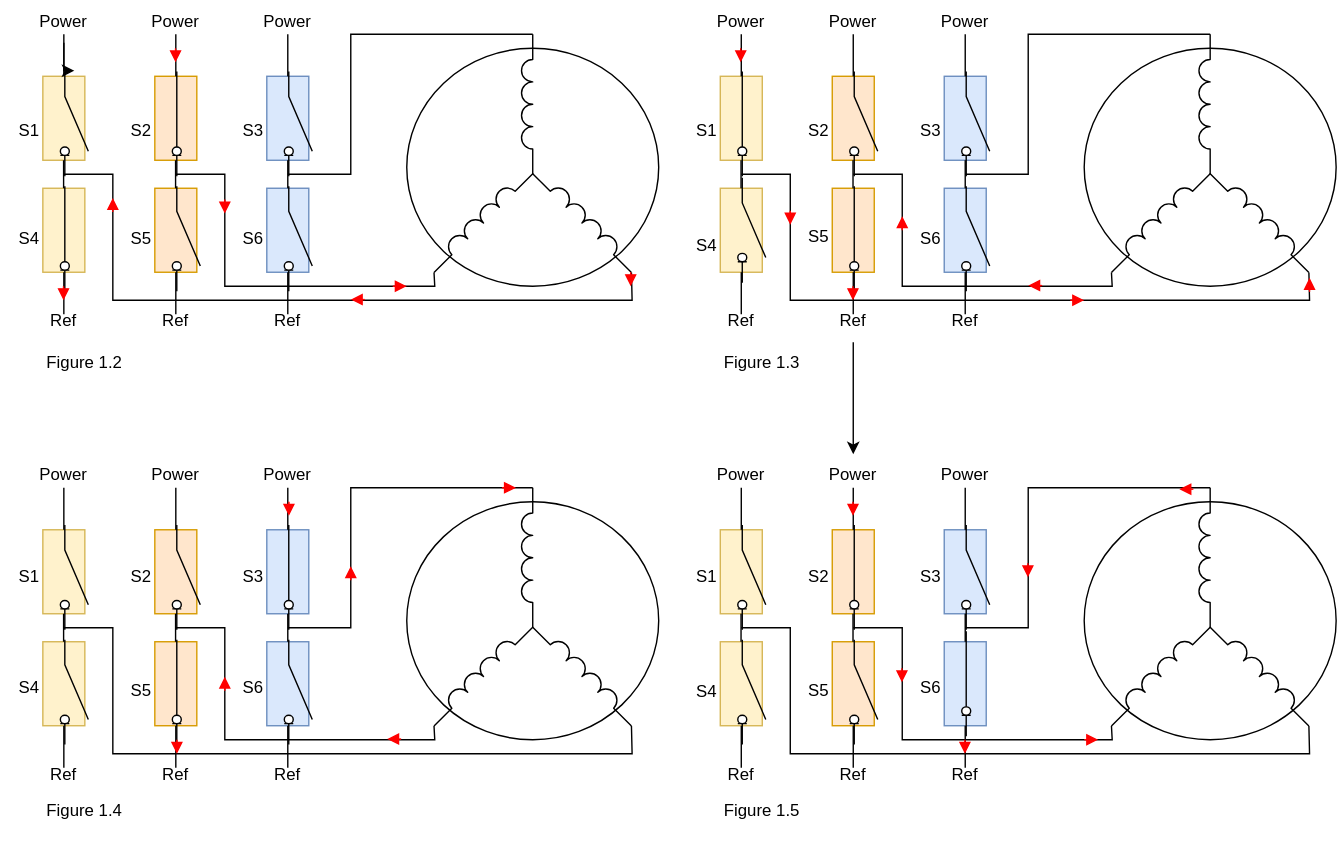
The draw.io diagram 01-documentation/svg_files/esc_commutation_principle.drawio.svg in stephaneamans/ESC_Brushless, before a commit. Source tidied: cells renumbered, new cells last; positions are measured from the earlier drawing's top-left corner, leaving out a move shared by most shapes.
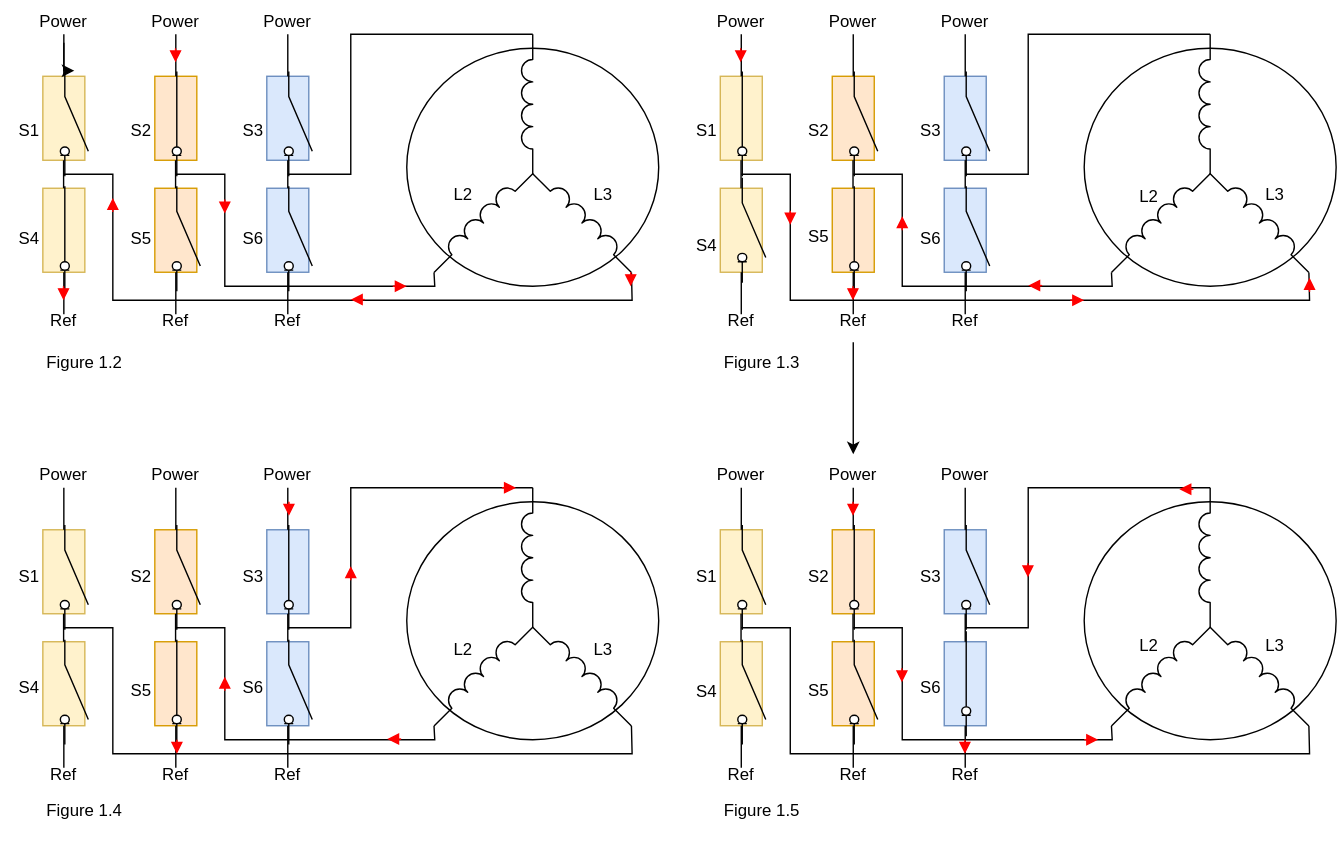
After the change.

What changed in the source:
```diff
@@ -835,5 +835,29 @@
     <mxCell id="194" value="S6" style="text;html=1;align=center;verticalAlign=middle;strokeColor=none;fillColor=none;" parent="1" vertex="1">
       <mxGeometry x="160" y="476" width="40" height="30" as="geometry" />
     </mxCell>
+    <mxCell id="195" value="L3" style="text;html=1;align=center;verticalAlign=middle;strokeColor=none;fillColor=none;" parent="1" vertex="1">
+      <mxGeometry x="890" y="446" width="40" height="30" as="geometry" />
+    </mxCell>
+    <mxCell id="196" value="L3" style="text;html=1;align=center;verticalAlign=middle;strokeColor=none;fillColor=none;" parent="1" vertex="1">
+      <mxGeometry x="410" y="449" width="40" height="30" as="geometry" />
+    </mxCell>
+    <mxCell id="197" value="L3" style="text;html=1;align=center;verticalAlign=middle;strokeColor=none;fillColor=none;" parent="1" vertex="1">
+      <mxGeometry x="410" y="124" width="40" height="30" as="geometry" />
+    </mxCell>
+    <mxCell id="198" value="L3" style="text;html=1;align=center;verticalAlign=middle;strokeColor=none;fillColor=none;" parent="1" vertex="1">
+      <mxGeometry x="890" y="124" width="40" height="30" as="geometry" />
+    </mxCell>
+    <mxCell id="199" value="L2" style="text;html=1;align=center;verticalAlign=middle;strokeColor=none;fillColor=none;" parent="1" vertex="1">
+      <mxGeometry x="310" y="449" width="40" height="30" as="geometry" />
+    </mxCell>
+    <mxCell id="200" value="L2" style="text;html=1;align=center;verticalAlign=middle;strokeColor=none;fillColor=none;" parent="1" vertex="1">
+      <mxGeometry x="800" y="446" width="40" height="30" as="geometry" />
+    </mxCell>
+    <mxCell id="201" value="L2" style="text;html=1;align=center;verticalAlign=middle;strokeColor=none;fillColor=none;" parent="1" vertex="1">
+      <mxGeometry x="800" y="125" width="40" height="30" as="geometry" />
+    </mxCell>
+    <mxCell id="202" value="L2" style="text;html=1;align=center;verticalAlign=middle;strokeColor=none;fillColor=none;" parent="1" vertex="1">
+      <mxGeometry x="310" y="124" width="40" height="30" as="geometry" />
+    </mxCell>
   </root>
 </mxGraphModel>
```
